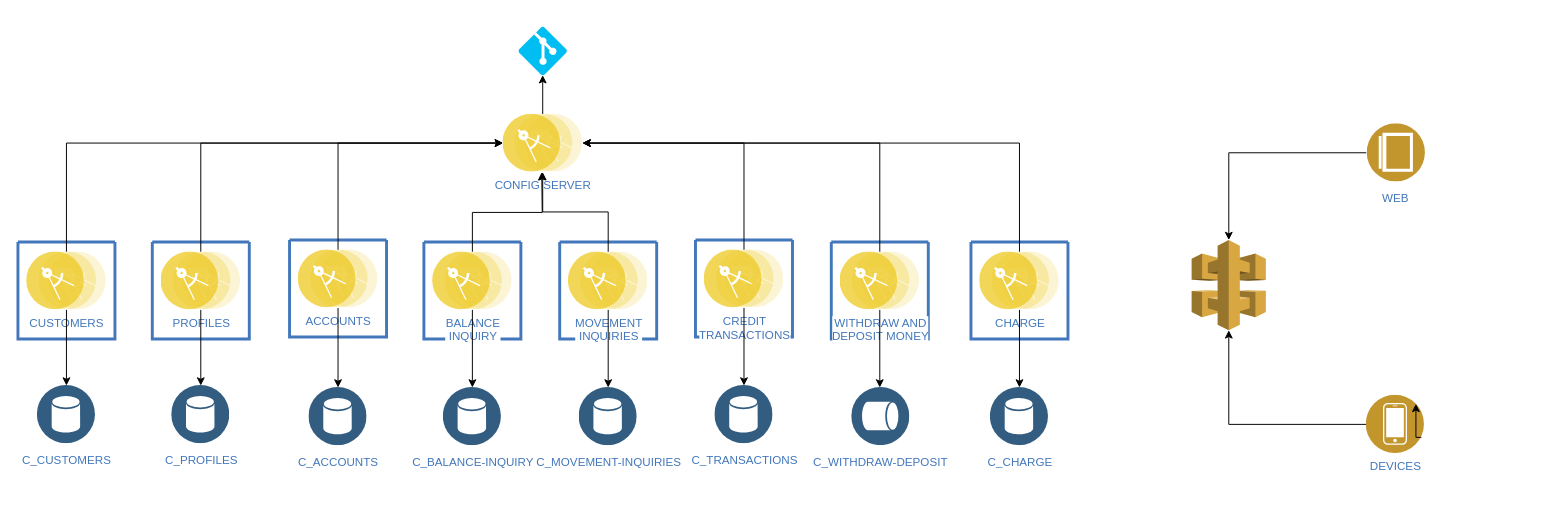
Earlier version of the draw.io diagram Proyecto2.drawio (martinaguerob/bootcamp-diagrams). Source tidied: cells renumbered, new cells numbered last; positions are measured from the earlier drawing's top-left corner, leaving out a move shared by most shapes. Both pictures are drawn from the tidied source at 97%, with x=0, y=0 at pixel (17, 26).
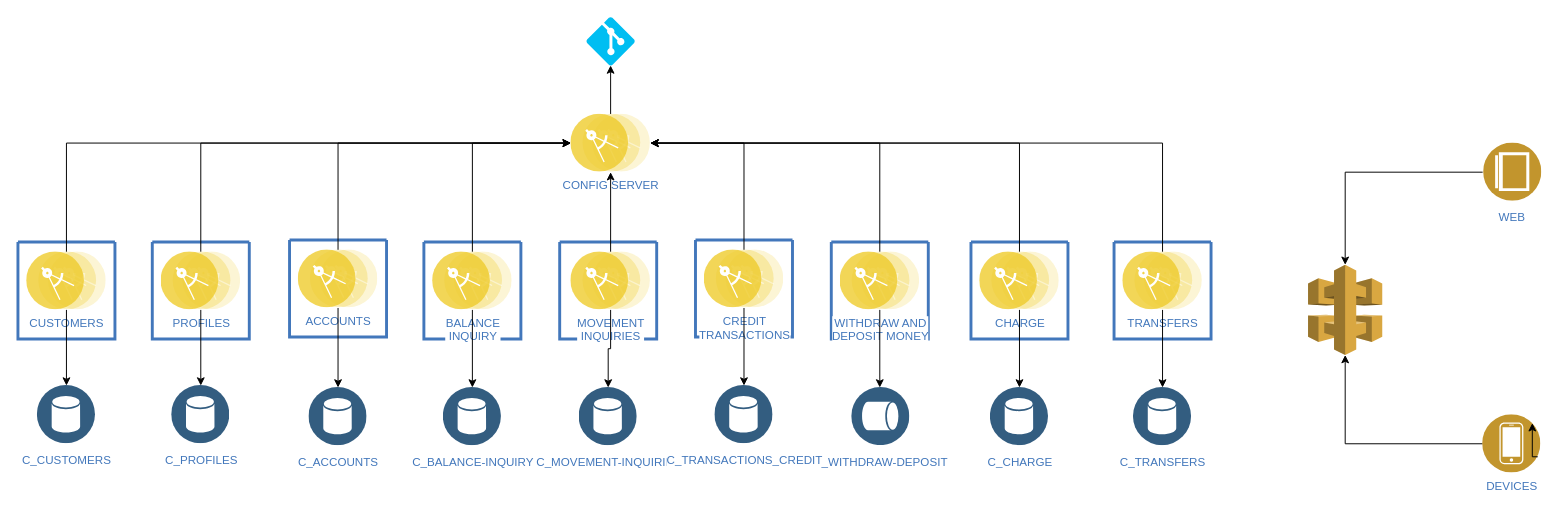
The same page after the edit.

The change refers to these unchanged cells:
```xml
<mxCell id="11" value="BALANCE&lt;br&gt;INQUIRY" style="perimeter=ellipsePerimeter;html=1;align=center;shadow=0;dashed=0;image;image=img/lib/ibm/applications/microservice.svg;labelBackgroundColor=#ffffff;strokeColor=#666666;strokeWidth=3;fillColor=#C2952D;gradientColor=none;fontSize=12;fontColor=#4277BB;" parent="10" vertex="1">
  <mxGeometry x="9" y="10" width="82" height="60" as="geometry" />
</mxCell>
<mxCell id="16" style="swimlane;shadow=0;strokeColor=#4277BB;fillColor=#ffffff;fontColor=#4277BB;align=right;startSize=0;strokeWidth=3;" parent="1" vertex="1">
  <mxGeometry x="558.5" y="222" width="100" height="100" as="geometry" />
</mxCell>
```

Diff of the diagram source:
```diff
@@
-    <mxCell id="8" style="edgeStyle=orthogonalEdgeStyle;rounded=0;jettySize=auto;html=1;entryX=0.5;entryY=1;entryDx=0;entryDy=0;entryPerimeter=0;" parent="1" edge="1" source="9" target="28">
+    <mxCell id="8" style="edgeStyle=orthogonalEdgeStyle;rounded=0;jettySize=auto;html=1;entryX=0.5;entryY=1;entryDx=0;entryDy=0;entryPerimeter=0;exitX=0.5;exitY=0;exitDx=0;exitDy=0;" parent="1" edge="1" source="9" target="28">
       <mxGeometry relative="1" as="geometry" />
     </mxCell>
     <mxCell id="9" value="CONFIG SERVER" style="perimeter=ellipsePerimeter;html=1;align=center;shadow=0;dashed=0;image;image=img/lib/ibm/applications/microservice.svg;labelBackgroundColor=#ffffff;strokeColor=#666666;strokeWidth=3;fillColor=#C2952D;gradientColor=none;fontSize=12;fontColor=#4277BB;" parent="1" vertex="1">
-      <mxGeometry x="500" y="90" width="82" height="60" as="geometry" />
+      <mxGeometry x="570" y="90" width="82" height="60" as="geometry" />
     </mxCell>
@@
     <mxCell id="17" value="MOVEMENT&lt;br&gt;INQUIRIES" style="perimeter=ellipsePerimeter;html=1;align=center;shadow=0;dashed=0;image;image=img/lib/ibm/applications/microservice.svg;labelBackgroundColor=#ffffff;strokeColor=#666666;strokeWidth=3;fillColor=#C2952D;gradientColor=none;fontSize=12;fontColor=#4277BB;" parent="16" vertex="1">
-      <mxGeometry x="9" y="10" width="82" height="60" as="geometry" />
+      <mxGeometry x="11.5" y="10" width="82" height="60" as="geometry" />
     </mxCell>
@@
-    <mxCell id="24" style="edgeStyle=orthogonalEdgeStyle;rounded=0;jettySize=auto;html=1;exitX=0.5;exitY=0;exitDx=0;exitDy=0;" parent="1" edge="1" source="11">
-      <mxGeometry relative="1" as="geometry">
-        <mxPoint x="540" y="150" as="targetPoint" />
-      </mxGeometry>
+    <mxCell id="24" style="edgeStyle=orthogonalEdgeStyle;rounded=0;jettySize=auto;html=1;exitX=0.5;exitY=0;exitDx=0;exitDy=0;entryX=0;entryY=0.5;entryDx=0;entryDy=0;" parent="1" edge="1" source="11" target="9">
+      <mxGeometry relative="1" as="geometry" />
     </mxCell>
@@
     <mxCell id="28" style="verticalLabelPosition=bottom;html=1;verticalAlign=top;align=center;strokeColor=none;fillColor=#00BEF2;shape=mxgraph.azure.git_repository;" parent="1" vertex="1">
-      <mxGeometry x="516" width="50" height="50" as="geometry" />
+      <mxGeometry x="586" y="-10" width="50" height="50" as="geometry" />
     </mxCell>
@@
-    <mxCell id="35" value="C_TRANSACTIONS" style="perimeter=ellipsePerimeter;html=1;align=center;shadow=0;dashed=0;fontColor=#4277BB;labelBackgroundColor=#ffffff;fontSize=12;spacingTop=3;image;image=img/lib/ibm/data/data_services.svg;" parent="1" vertex="1">
+    <mxCell id="35" value="C_TRANSACTIONS_CREDIT" style="perimeter=ellipsePerimeter;html=1;align=center;shadow=0;dashed=0;fontColor=#4277BB;labelBackgroundColor=#ffffff;fontSize=12;spacingTop=3;image;image=img/lib/ibm/data/data_services.svg;" parent="1" vertex="1">
       <mxGeometry x="718.5" y="370" width="60" height="60" as="geometry" />
     </mxCell>
@@
     <mxCell id="45" style="outlineConnect=0;dashed=0;verticalLabelPosition=bottom;verticalAlign=top;align=center;html=1;shape=mxgraph.aws3.api_gateway;fillColor=#D9A741;gradientColor=none;" parent="1" vertex="1">
-      <mxGeometry x="1210" y="220" width="76.5" height="93" as="geometry" />
+      <mxGeometry x="1330" y="245.5" width="76.5" height="93" as="geometry" />
     </mxCell>
@@
     <mxCell id="47" value="DEVICES" style="perimeter=ellipsePerimeter;html=1;align=center;shadow=0;dashed=0;image;image=img/lib/ibm/users/device.svg;labelBackgroundColor=#ffffff;strokeColor=#666666;strokeWidth=3;fillColor=#C2952D;gradientColor=none;fontSize=12;fontColor=#4277BB;" parent="1" vertex="1">
-      <mxGeometry x="1390" y="380" width="60" height="60" as="geometry" />
+      <mxGeometry x="1510" y="400" width="60" height="60" as="geometry" />
     </mxCell>
@@
     <mxCell id="49" value="WEB" style="perimeter=ellipsePerimeter;html=1;align=center;shadow=0;dashed=0;fontColor=#4277BB;labelBackgroundColor=#ffffff;fontSize=12;spacingTop=3;image;image=img/lib/ibm/users/browser.svg;direction=south;" parent="1" vertex="1">
-      <mxGeometry x="1390" y="100" width="60" height="60" as="geometry" />
+      <mxGeometry x="1510" y="120" width="60" height="60" as="geometry" />
     </mxCell>
@@
+    <mxCell id="51" style="swimlane;shadow=0;strokeColor=#4277BB;fillColor=#ffffff;fontColor=#4277BB;align=right;startSize=0;strokeWidth=3;" parent="1" vertex="1">
+      <mxGeometry x="1130" y="222" width="100" height="100" as="geometry" />
+    </mxCell>
+    <mxCell id="52" value="TRANSFERS" style="perimeter=ellipsePerimeter;html=1;align=center;shadow=0;dashed=0;image;image=img/lib/ibm/applications/microservice.svg;labelBackgroundColor=#ffffff;strokeColor=#666666;strokeWidth=3;fillColor=#C2952D;gradientColor=none;fontSize=12;fontColor=#4277BB;" parent="51" vertex="1">
+      <mxGeometry x="9" y="10" width="82" height="60" as="geometry" />
+    </mxCell>
+    <mxCell id="53" value="C_TRANSFERS" style="perimeter=ellipsePerimeter;html=1;align=center;shadow=0;dashed=0;fontColor=#4277BB;labelBackgroundColor=#ffffff;fontSize=12;spacingTop=3;image;image=img/lib/ibm/data/data_services.svg;" parent="1" vertex="1">
+      <mxGeometry x="1150" y="372" width="60" height="60" as="geometry" />
+    </mxCell>
+    <mxCell id="54" style="edgeStyle=orthogonalEdgeStyle;rounded=0;jettySize=auto;html=1;exitX=0.5;exitY=1;exitDx=0;exitDy=0;" parent="1" edge="1" source="52" target="53">
+      <mxGeometry relative="1" as="geometry" />
+    </mxCell>
+    <mxCell id="55" style="edgeStyle=orthogonalEdgeStyle;rounded=0;jettySize=auto;html=1;exitX=0.5;exitY=0;exitDx=0;exitDy=0;entryX=1;entryY=0.5;entryDx=0;entryDy=0;" parent="1" edge="1" source="52" target="9">
+      <mxGeometry relative="1" as="geometry" />
+    </mxCell>
```
